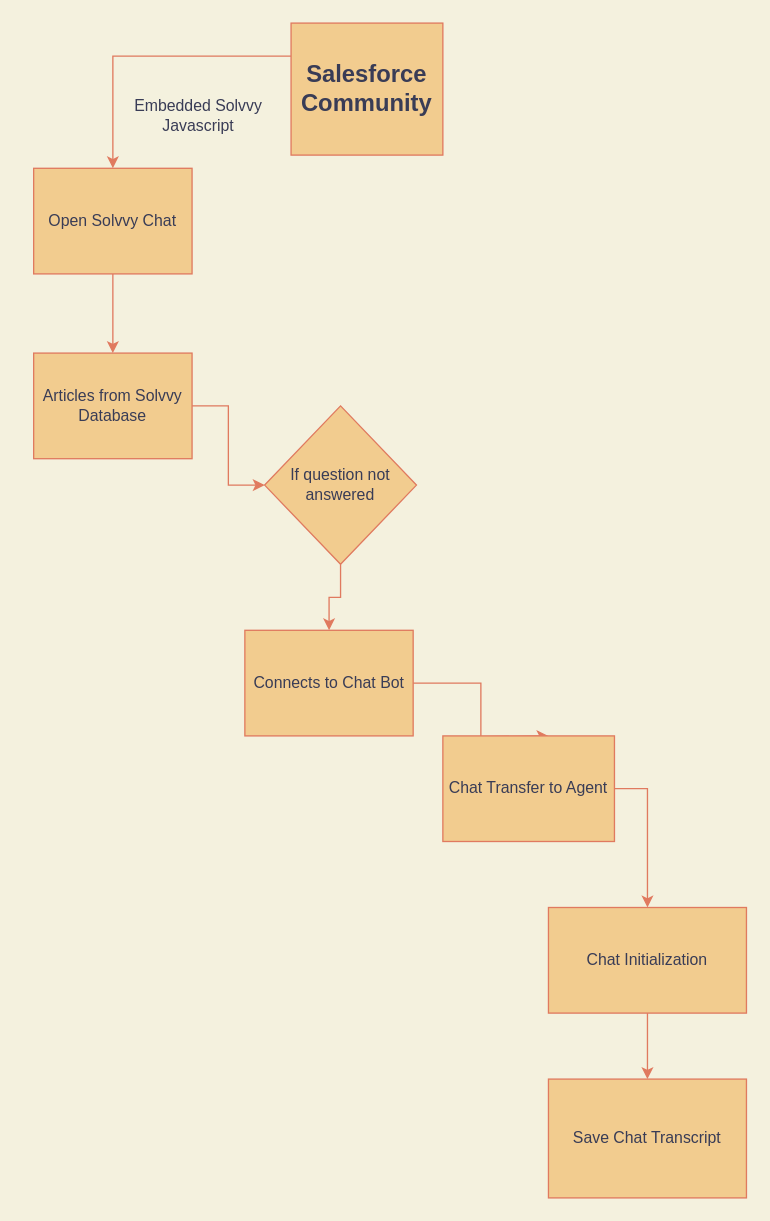
The draw.io diagram Untitled Diagram.drawio in ChandraVarkole/Personal_DEV, before the edit. Source tidied: cells renumbered, new cells numbered last; positions are measured from the earlier drawing's top-left corner, leaving out a move shared by most shapes. Both pictures are drawn from the tidied source at 132%, with x=0, y=0 at pixel (33, 22).
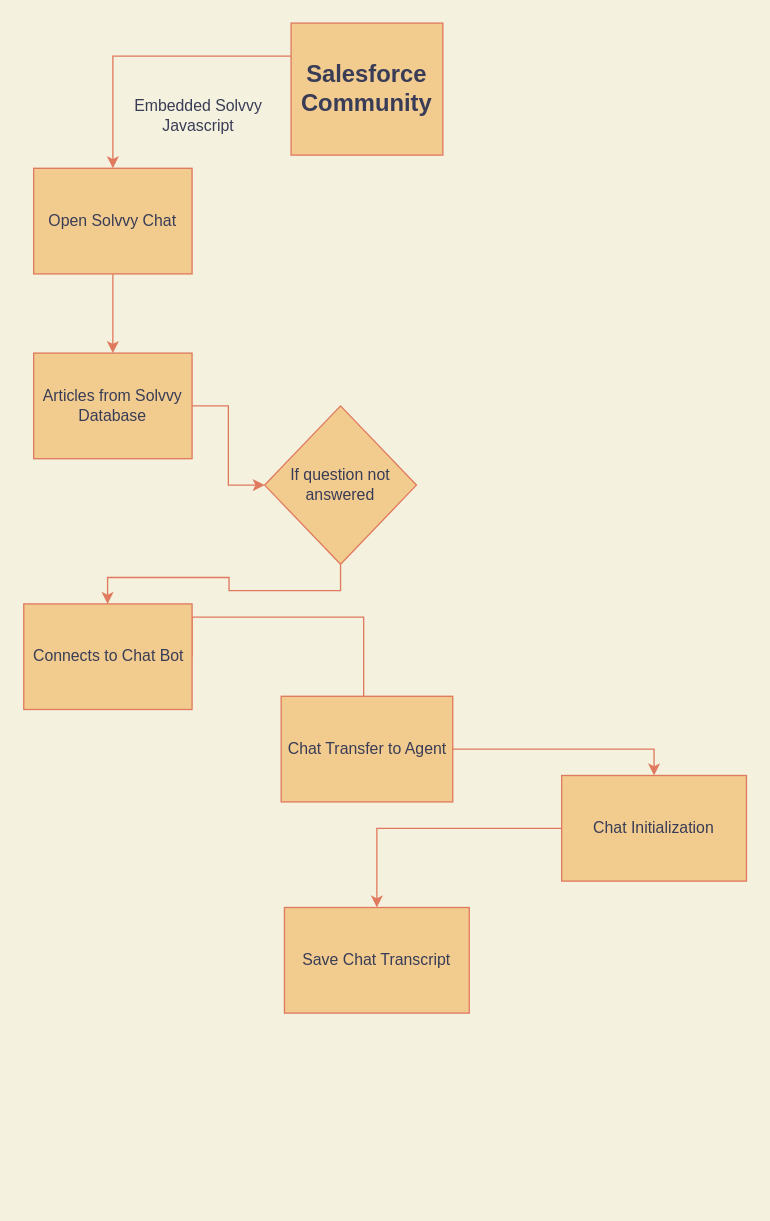
After the change.

Commit message:
Solvvy_Architecture

The change refers to these unchanged cells:
```xml
<mxCell id="6" value="If question not answered" style="rhombus;whiteSpace=wrap;html=1;fillColor=#F2CC8F;strokeColor=#E07A5F;fontColor=#393C56;" parent="1" vertex="1">
  <mxGeometry x="175" y="290" width="115" height="120" as="geometry" />
</mxCell>
```

The edit, as a diff of the source:
```diff
@@
-    <mxCell id="7" style="edgeStyle=orthogonalEdgeStyle;rounded=0;jettySize=auto;html=1;exitX=1;exitY=0.5;exitDx=0;exitDy=0;labelBackgroundColor=#F4F1DE;strokeColor=#E07A5F;fontColor=#393C56;" parent="1" edge="1" source="15">
+    <mxCell id="7" style="edgeStyle=orthogonalEdgeStyle;rounded=0;jettySize=auto;html=1;exitX=1;exitY=0.5;exitDx=0;exitDy=0;labelBackgroundColor=#F4F1DE;strokeColor=#E07A5F;fontColor=#393C56;entryX=0.25;entryY=0;entryDx=0;entryDy=0;" parent="1" edge="1" source="15" target="9">
       <mxGeometry relative="1" as="geometry">
-        <mxPoint x="390" y="540" as="targetPoint" />
+        <Array as="points">
+          <mxPoint x="120" y="450" />
+          <mxPoint x="250" y="450" />
+          <mxPoint x="250" y="540" />
+          <mxPoint x="220" y="540" />
+        </Array>
       </mxGeometry>
     </mxCell>
@@
     <mxCell id="9" value="Chat Transfer to Agent" style="rounded=0;whiteSpace=wrap;html=1;fillColor=#F2CC8F;strokeColor=#E07A5F;fontColor=#393C56;" parent="1" vertex="1">
-      <mxGeometry x="310" y="540" width="130" height="80" as="geometry" />
+      <mxGeometry x="187.5" y="510" width="130" height="80" as="geometry" />
     </mxCell>
@@
     <mxCell id="11" value="Chat Initialization" style="rounded=0;whiteSpace=wrap;html=1;fillColor=#F2CC8F;strokeColor=#E07A5F;fontColor=#393C56;" parent="1" vertex="1">
-      <mxGeometry x="390" y="670" width="150" height="80" as="geometry" />
+      <mxGeometry x="400" y="570" width="140" height="80" as="geometry" />
     </mxCell>
     <mxCell id="12" value="Save&amp;nbsp;Chat Transcript" style="rounded=0;whiteSpace=wrap;html=1;fillColor=#F2CC8F;strokeColor=#E07A5F;fontColor=#393C56;" parent="1" vertex="1">
-      <mxGeometry x="390" y="800" width="150" height="90" as="geometry" />
+      <mxGeometry x="190" y="670" width="140" height="80" as="geometry" />
     </mxCell>
@@
     <mxCell id="15" value="Connects to Chat Bot" style="rounded=0;whiteSpace=wrap;html=1;fillColor=#F2CC8F;strokeColor=#E07A5F;fontColor=#393C56;" parent="1" vertex="1">
-      <mxGeometry x="160" y="460" width="127.5" height="80" as="geometry" />
+      <mxGeometry x="-7.5" y="440" width="127.5" height="80" as="geometry" />
     </mxCell>
     <mxCell id="16" style="edgeStyle=orthogonalEdgeStyle;rounded=0;jettySize=auto;html=1;exitX=0.5;exitY=1;exitDx=0;exitDy=0;labelBackgroundColor=#F4F1DE;strokeColor=#E07A5F;fontColor=#393C56;" parent="1" edge="1" source="6" target="15">
-      <mxGeometry relative="1" as="geometry" />
+      <mxGeometry relative="1" as="geometry">
+        <Array as="points">
+          <mxPoint x="233" y="430" />
+          <mxPoint x="148" y="430" />
+          <mxPoint x="148" y="420" />
+          <mxPoint x="56" y="420" />
+        </Array>
+      </mxGeometry>
     </mxCell>
```
